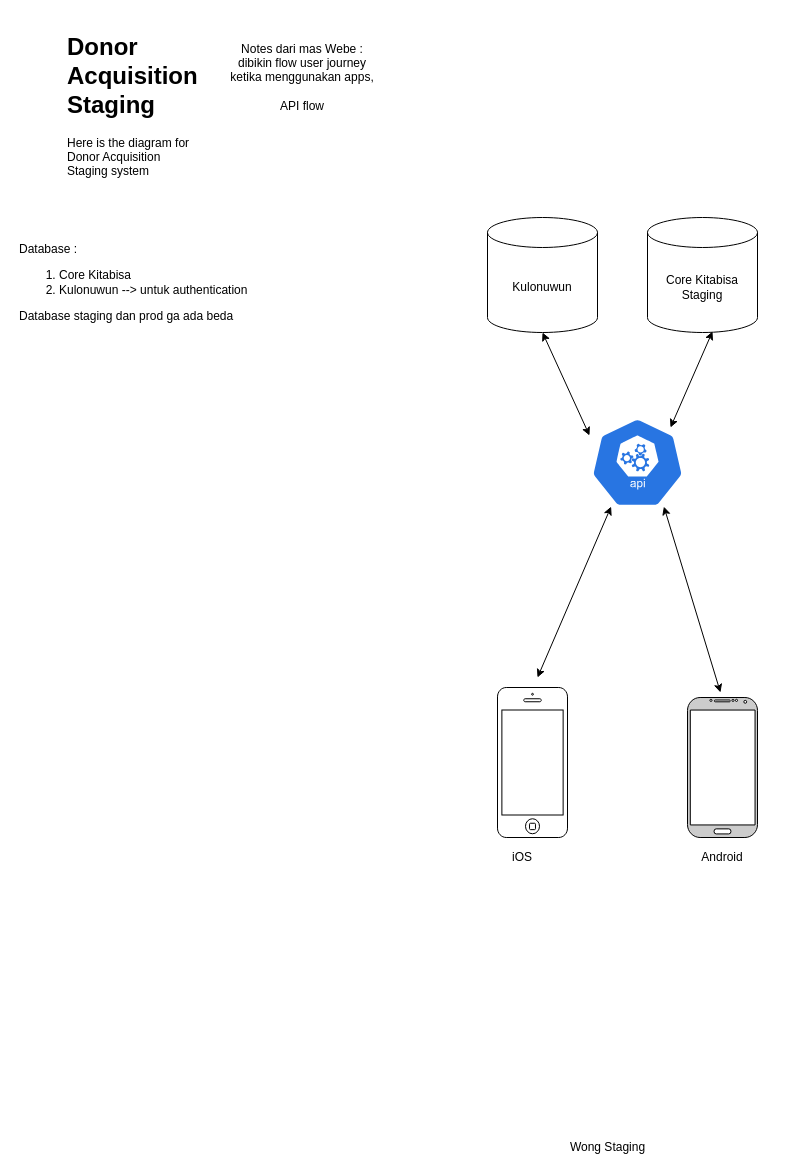
Above: page "BAYU" (3 of 3) of KTBS-DAS-System-Diagram.drawio in WisnuBramantyo/KTBS-Testing (draw.io), before the change. Source tidied: cells renumbered, new cells numbered last; positions are measured from the earlier drawing's top-left corner, leaving out a move shared by most shapes. Both pictures are drawn from the tidied source at 100%, with x=0, y=0 at pixel (17, 17).
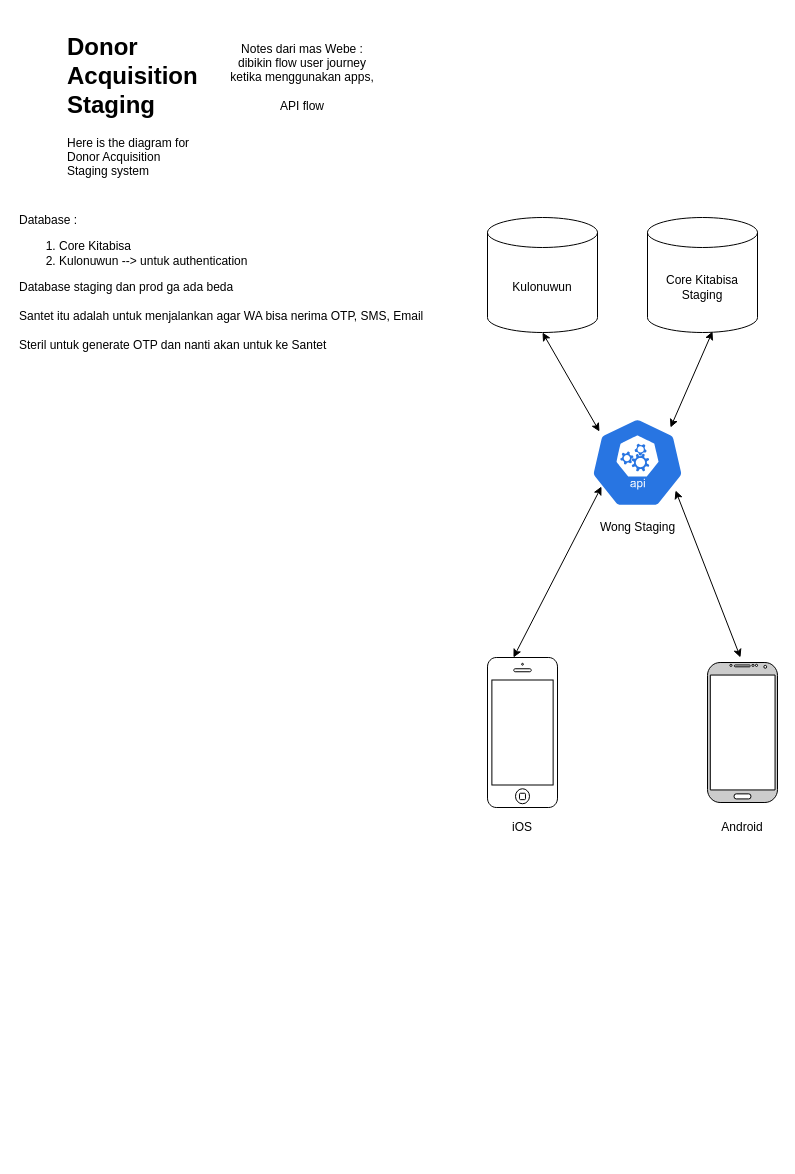
Above is the later version.

Diff of the diagram source:
```diff
@@
 <mxGraphModel>
   <root>
     <mxCell id="0" />
     <mxCell id="1" parent="0" />
     <mxCell id="2" value="Kulonuwun" style="shape=cylinder3;whiteSpace=wrap;html=1;boundedLbl=1;backgroundOutline=1;size=15;" parent="1" vertex="1">
       <mxGeometry x="470" y="200" width="110" height="115" as="geometry" />
     </mxCell>
     <mxCell id="3" value="Core Kitabisa Staging" style="shape=cylinder3;whiteSpace=wrap;html=1;boundedLbl=1;backgroundOutline=1;size=15;" parent="1" vertex="1">
       <mxGeometry x="630" y="200" width="110" height="115" as="geometry" />
     </mxCell>
     <mxCell id="4" value="&lt;h1&gt;Donor Acquisition Staging&lt;/h1&gt;&lt;p&gt;Here is the diagram for Donor Acquisition Staging system&lt;/p&gt;" style="text;html=1;strokeColor=none;fillColor=none;spacing=5;spacingTop=-20;whiteSpace=wrap;overflow=hidden;rounded=0;direction=south;" parent="1" vertex="1">
       <mxGeometry x="45" y="10" width="140" height="175" as="geometry" />
     </mxCell>
     <mxCell id="5" value="Notes dari mas Webe : dibikin flow user journey ketika menggunakan apps,&lt;br&gt;&lt;br&gt;API flow" style="text;html=1;strokeColor=none;fillColor=none;align=center;verticalAlign=middle;whiteSpace=wrap;rounded=0;" parent="1" vertex="1">
       <mxGeometry x="210" width="150" height="120" as="geometry" />
     </mxCell>
     <mxCell id="6" style="verticalLabelPosition=bottom;verticalAlign=top;html=1;shadow=0;dashed=0;strokeWidth=1;shape=mxgraph.android.phone2;fillColor=#CCCCCC;" parent="1" vertex="1">
-      <mxGeometry x="670" y="680" width="70" height="140" as="geometry" />
+      <mxGeometry x="690" y="645" width="70" height="140" as="geometry" />
     </mxCell>
     <mxCell id="7" style="html=1;verticalLabelPosition=bottom;labelBackgroundColor=#ffffff;verticalAlign=top;shadow=0;dashed=0;strokeWidth=1;shape=mxgraph.ios7.misc.iphone;fillColor=#FFFFFF;" parent="1" vertex="1">
-      <mxGeometry x="480" y="670" width="70" height="150" as="geometry" />
+      <mxGeometry x="470" y="640" width="70" height="150" as="geometry" />
     </mxCell>
     <mxCell id="8" value="iOS" style="text;html=1;strokeColor=none;fillColor=none;align=center;verticalAlign=middle;whiteSpace=wrap;rounded=0;" parent="1" vertex="1">
-      <mxGeometry x="450" y="830" width="110" height="20" as="geometry" />
+      <mxGeometry x="450" y="800" width="110" height="20" as="geometry" />
     </mxCell>
     <mxCell id="9" value="Android" style="text;html=1;strokeColor=none;fillColor=none;align=center;verticalAlign=middle;whiteSpace=wrap;rounded=0;" parent="1" vertex="1">
-      <mxGeometry x="670" y="830" width="70" height="20" as="geometry" />
+      <mxGeometry x="690" y="800" width="70" height="20" as="geometry" />
     </mxCell>
     <mxCell id="10" value="Wong Staging" style="text;html=1;strokeColor=none;fillColor=none;align=center;verticalAlign=middle;whiteSpace=wrap;rounded=0;" parent="1" vertex="1">
-      <mxGeometry x="542.5" y="1120" width="95" height="20" as="geometry" />
+      <mxGeometry x="572.5" y="500" width="95" height="20" as="geometry" />
     </mxCell>
     <mxCell id="11" style="html=1;dashed=0;whitespace=wrap;fillColor=#2875E2;strokeColor=#ffffff;points=[[0.005,0.63,0],[0.1,0.2,0],[0.9,0.2,0],[0.5,0,0],[0.995,0.63,0],[0.72,0.99,0],[0.5,1,0],[0.28,0.99,0]];shape=mxgraph.kubernetes.icon;prIcon=api;" parent="1" vertex="1">
       <mxGeometry x="560" y="400" width="120" height="90" as="geometry" />
     </mxCell>
-    <mxCell id="12" value="Database : &lt;br&gt;&lt;ol&gt;&lt;li&gt;Core Kitabisa&amp;nbsp;&lt;/li&gt;&lt;li&gt;&lt;span&gt;Kulonuwun --&amp;gt; untuk authentication&lt;/span&gt;&lt;/li&gt;&lt;/ol&gt;&lt;div&gt;&lt;span&gt;Database staging dan prod ga ada beda&lt;/span&gt;&lt;br&gt;&lt;/div&gt;" style="text;html=1;strokeColor=none;fillColor=none;align=left;verticalAlign=middle;whiteSpace=wrap;rounded=0;" parent="1" vertex="1">
-      <mxGeometry y="160" width="380" height="210" as="geometry" />
+    <mxCell id="12" value="Database : &lt;br&gt;&lt;ol&gt;&lt;li&gt;Core Kitabisa&amp;nbsp;&lt;/li&gt;&lt;li&gt;&lt;span&gt;Kulonuwun --&amp;gt; untuk authentication&lt;/span&gt;&lt;/li&gt;&lt;/ol&gt;&lt;div&gt;&lt;span&gt;Database staging dan prod ga ada beda&lt;/span&gt;&lt;br&gt;&lt;/div&gt;&lt;div&gt;&lt;span&gt;&lt;br&gt;&lt;/span&gt;&lt;/div&gt;&lt;div&gt;&lt;span&gt;Santet itu adalah untuk menjalankan agar WA bisa nerima OTP, SMS, Email&lt;/span&gt;&lt;/div&gt;&lt;div&gt;&lt;span&gt;&lt;br&gt;&lt;/span&gt;&lt;/div&gt;&lt;div&gt;&lt;span&gt;Steril untuk generate OTP dan nanti akan untuk ke Santet&lt;/span&gt;&lt;/div&gt;" style="text;html=1;strokeColor=none;fillColor=none;align=left;verticalAlign=middle;whiteSpace=wrap;rounded=0;" parent="1" vertex="1">
+      <mxGeometry y="160" width="410" height="210" as="geometry" />
     </mxCell>
-    <mxCell id="13" style="endArrow=classic;startArrow=classic;html=1;entryX=0.5;entryY=1;entryDx=0;entryDy=0;entryPerimeter=0;exitX=0.1;exitY=0.2;exitDx=0;exitDy=0;exitPerimeter=0;" parent="1" edge="1" source="11" target="2">
+    <mxCell id="13" style="endArrow=classic;startArrow=classic;html=1;entryX=0.5;entryY=1;entryDx=0;entryDy=0;entryPerimeter=0;exitX=0.183;exitY=0.156;exitDx=0;exitDy=0;exitPerimeter=0;" parent="1" edge="1" source="11" target="2">
       <mxGeometry relative="1" as="geometry" />
     </mxCell>
     <mxCell id="14" style="endArrow=classic;startArrow=classic;html=1;entryX=0.591;entryY=0.991;entryDx=0;entryDy=0;entryPerimeter=0;" parent="1" edge="1" target="3">
       <mxGeometry relative="1" as="geometry">
         <mxPoint x="653" y="410" as="sourcePoint" />
       </mxGeometry>
     </mxCell>
-    <mxCell id="15" style="endArrow=classic;startArrow=classic;html=1;entryX=0.28;entryY=0.99;entryDx=0;entryDy=0;entryPerimeter=0;" parent="1" edge="1" target="11">
-      <mxGeometry relative="1" as="geometry">
-        <mxPoint x="520" y="660" as="sourcePoint" />
-      </mxGeometry>
+    <mxCell id="15" style="endArrow=classic;startArrow=classic;html=1;entryX=0.2;entryY=0.767;entryDx=0;entryDy=0;entryPerimeter=0;exitX=0.371;exitY=0;exitDx=0;exitDy=0;exitPerimeter=0;" parent="1" edge="1" source="7" target="11">
+      <mxGeometry relative="1" as="geometry" />
     </mxCell>
-    <mxCell id="16" style="endArrow=classic;startArrow=classic;html=1;entryX=0.72;entryY=0.99;entryDx=0;entryDy=0;entryPerimeter=0;exitX=0.471;exitY=-0.036;exitDx=0;exitDy=0;exitPerimeter=0;" parent="1" edge="1" source="6" target="11">
+    <mxCell id="16" style="endArrow=classic;startArrow=classic;html=1;entryX=0.817;entryY=0.811;entryDx=0;entryDy=0;entryPerimeter=0;exitX=0.471;exitY=-0.036;exitDx=0;exitDy=0;exitPerimeter=0;" parent="1" edge="1" source="6" target="11">
       <mxGeometry relative="1" as="geometry" />
     </mxCell>
   </root>
 </mxGraphModel>
```
